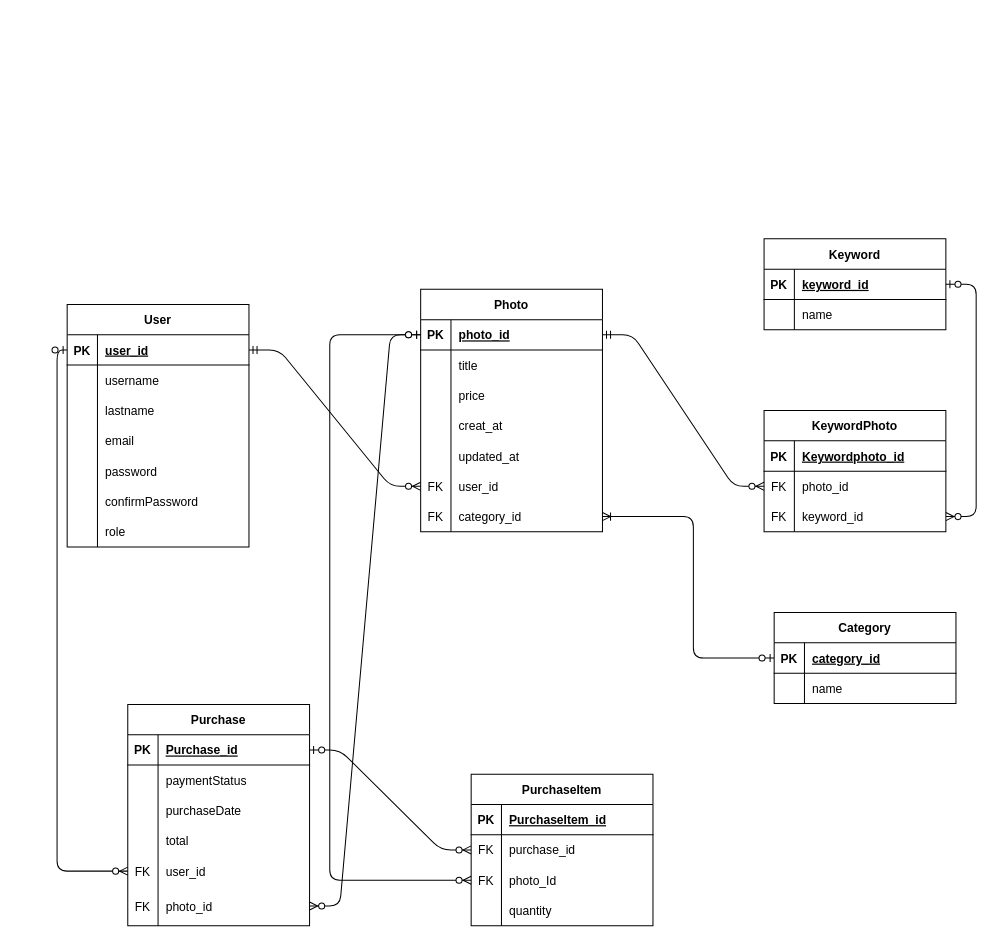
Hifaris/flash-pics keeps this draw.io diagram as erd.drawio. Above is the earlier version. Source tidied: cells renumbered, new cells numbered last; positions are measured from the earlier drawing's top-left corner, leaving out a move shared by most shapes. Both pictures are drawn from the tidied source at 101%, with x=0, y=0 at pixel (67, 238).
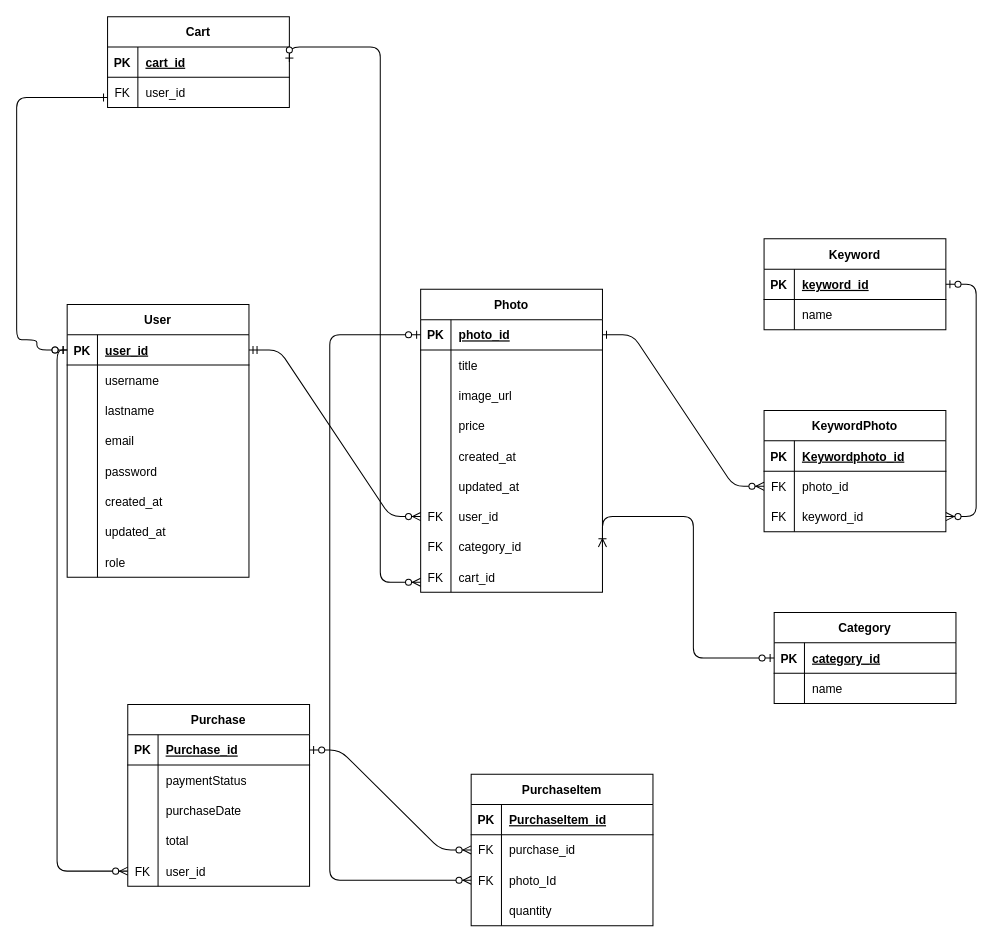
The same page after the edit.

The change refers to these unchanged cells:
```xml
<mxCell id="3" style="shape=tableRow;horizontal=0;startSize=0;swimlaneHead=0;swimlaneBody=0;fillColor=none;points=[[0,0.5],[1,0.5]];portConstraint=eastwest;top=0;left=0;right=0;bottom=1;" parent="2" vertex="1">
  <mxGeometry y="30" width="180" height="30" as="geometry" />
</mxCell>
<mxCell id="18" style="shape=tableRow;horizontal=0;startSize=0;swimlaneHead=0;swimlaneBody=0;fillColor=none;top=0;left=0;right=0;bottom=0;" parent="2" vertex="1">
  <mxGeometry y="180" width="180" height="30" as="geometry" />
</mxCell>
<mxCell id="25" style="shape=tableRow;horizontal=0;startSize=0;swimlaneHead=0;swimlaneBody=0;fillColor=none;points=[[0,0.5],[1,0.5]];portConstraint=eastwest;top=0;left=0;right=0;bottom=1;" parent="24" vertex="1">
  <mxGeometry y="30" width="180" height="30" as="geometry" />
</mxCell>
<mxCell id="98" style="shape=tableRow;horizontal=0;startSize=0;swimlaneHead=0;swimlaneBody=0;fillColor=none;points=[[0,0.5],[1,0.5]];portConstraint=eastwest;top=0;left=0;right=0;bottom=0;" parent="94" vertex="1">
  <mxGeometry y="60" width="180" height="30" as="geometry" />
</mxCell>
```

The edit, as a diff of the source:
```diff
@@
     <mxCell id="2" value="User" style="shape=table;startSize=30;childLayout=tableLayout;rowLines=0;fontStyle=1;align=center;" parent="1" vertex="1">
-      <mxGeometry y="65" width="180" height="240" as="geometry" />
+      <mxGeometry y="65" width="180" height="270" as="geometry" />
     </mxCell>
@@
-    <mxCell id="19" style="shape=partialRectangle;fillColor=none;top=0;left=0;bottom=0;right=0;overflow=hidden;" parent="18" vertex="1">
-      <mxGeometry width="30" height="30" as="geometry" />
-    </mxCell>
-    <mxCell id="20" value="confirmPassword" style="shape=partialRectangle;fillColor=none;top=0;left=0;bottom=0;right=0;align=left;spacingLeft=6;overflow=hidden;" parent="18" vertex="1">
-      <mxGeometry x="30" width="150" height="30" as="geometry" />
-    </mxCell>
+    <mxCell id="110" style="shape=partialRectangle;fillColor=none;top=0;left=0;bottom=0;right=0;overflow=hidden;" parent="18" vertex="1">
+      <mxGeometry width="30" height="30" as="geometry" />
+    </mxCell>
+    <mxCell id="111" value="created_at" style="shape=partialRectangle;fillColor=none;top=0;left=0;bottom=0;right=0;align=left;spacingLeft=6;overflow=hidden;" parent="18" vertex="1">
+      <mxGeometry x="30" width="150" height="30" as="geometry" />
+    </mxCell>
+    <mxCell id="112" style="shape=tableRow;horizontal=0;startSize=0;swimlaneHead=0;swimlaneBody=0;fillColor=none;top=0;left=0;right=0;bottom=0;" parent="2" vertex="1">
+      <mxGeometry y="210" width="180" height="30" as="geometry" />
+    </mxCell>
+    <mxCell id="113" style="shape=partialRectangle;fillColor=none;top=0;left=0;bottom=0;right=0;overflow=hidden;" parent="112" vertex="1">
+      <mxGeometry width="30" height="30" as="geometry" />
+    </mxCell>
+    <mxCell id="114" value="updated_at" style="shape=partialRectangle;fillColor=none;top=0;left=0;bottom=0;right=0;align=left;spacingLeft=6;overflow=hidden;" parent="112" vertex="1">
+      <mxGeometry x="30" width="150" height="30" as="geometry" />
+    </mxCell>
     <mxCell id="21" style="shape=tableRow;horizontal=0;startSize=0;swimlaneHead=0;swimlaneBody=0;fillColor=none;top=0;left=0;right=0;bottom=0;" parent="2" vertex="1">
-      <mxGeometry y="210" width="180" height="30" as="geometry" />
+      <mxGeometry y="240" width="180" height="30" as="geometry" />
     </mxCell>
@@
     <mxCell id="24" value="Photo" style="shape=table;startSize=30;childLayout=tableLayout;rowLines=0;fontStyle=1;align=center;" parent="1" vertex="1">
-      <mxGeometry x="350" y="50" width="180" height="240" as="geometry" />
+      <mxGeometry x="350" y="50" width="180" height="300" as="geometry" />
     </mxCell>
@@
+    <mxCell id="115" style="shape=tableRow;horizontal=0;startSize=0;swimlaneHead=0;swimlaneBody=0;fillColor=none;top=0;left=0;right=0;bottom=0;" parent="24" vertex="1">
+      <mxGeometry y="90" width="180" height="30" as="geometry" />
+    </mxCell>
+    <mxCell id="116" style="shape=partialRectangle;fillColor=none;top=0;left=0;bottom=0;right=0;overflow=hidden;" parent="115" vertex="1">
+      <mxGeometry width="30" height="30" as="geometry" />
+    </mxCell>
+    <mxCell id="117" value="image_url" style="shape=partialRectangle;fillColor=none;top=0;left=0;bottom=0;right=0;align=left;spacingLeft=6;overflow=hidden;" parent="115" vertex="1">
+      <mxGeometry x="30" width="150" height="30" as="geometry" />
+    </mxCell>
     <mxCell id="31" style="shape=tableRow;horizontal=0;startSize=0;swimlaneHead=0;swimlaneBody=0;fillColor=none;top=0;left=0;right=0;bottom=0;" parent="24" vertex="1">
-      <mxGeometry y="90" width="180" height="30" as="geometry" />
+      <mxGeometry y="120" width="180" height="30" as="geometry" />
     </mxCell>
@@
     <mxCell id="34" style="shape=tableRow;horizontal=0;startSize=0;swimlaneHead=0;swimlaneBody=0;fillColor=none;top=0;left=0;right=0;bottom=0;" parent="24" vertex="1">
-      <mxGeometry y="120" width="180" height="30" as="geometry" />
+      <mxGeometry y="150" width="180" height="30" as="geometry" />
     </mxCell>
@@
-    <mxCell id="36" value="creat_at" style="shape=partialRectangle;fillColor=none;top=0;left=0;bottom=0;right=0;align=left;spacingLeft=6;overflow=hidden;" parent="34" vertex="1">
+    <mxCell id="36" value="created_at" style="shape=partialRectangle;fillColor=none;top=0;left=0;bottom=0;right=0;align=left;spacingLeft=6;overflow=hidden;" parent="34" vertex="1">
       <mxGeometry x="30" width="150" height="30" as="geometry" />
     </mxCell>
     <mxCell id="37" style="shape=tableRow;horizontal=0;startSize=0;swimlaneHead=0;swimlaneBody=0;fillColor=none;top=0;left=0;right=0;bottom=0;" parent="24" vertex="1">
-      <mxGeometry y="150" width="180" height="30" as="geometry" />
+      <mxGeometry y="180" width="180" height="30" as="geometry" />
     </mxCell>
@@
     <mxCell id="40" style="shape=tableRow;horizontal=0;startSize=0;swimlaneHead=0;swimlaneBody=0;fillColor=none;points=[[0,0.5],[1,0.5]];portConstraint=eastwest;top=0;left=0;right=0;bottom=0;" parent="24" vertex="1">
-      <mxGeometry y="180" width="180" height="30" as="geometry" />
+      <mxGeometry y="210" width="180" height="30" as="geometry" />
     </mxCell>
@@
     <mxCell id="43" style="shape=tableRow;horizontal=0;startSize=0;swimlaneHead=0;swimlaneBody=0;fillColor=none;points=[[0,0.5],[1,0.5]];portConstraint=eastwest;top=0;left=0;right=0;bottom=0;" parent="24" vertex="1">
-      <mxGeometry y="210" width="180" height="30" as="geometry" />
+      <mxGeometry y="240" width="180" height="30" as="geometry" />
     </mxCell>
@@
+    <mxCell id="118" style="shape=tableRow;horizontal=0;startSize=0;swimlaneHead=0;swimlaneBody=0;fillColor=none;top=0;left=0;right=0;bottom=0;" parent="24" vertex="1">
+      <mxGeometry y="270" width="180" height="30" as="geometry" />
+    </mxCell>
+    <mxCell id="119" value="FK" style="shape=partialRectangle;fillColor=none;top=0;left=0;bottom=0;right=0;overflow=hidden;" parent="118" vertex="1">
+      <mxGeometry width="30" height="30" as="geometry" />
+    </mxCell>
+    <mxCell id="120" value="cart_id" style="shape=partialRectangle;fillColor=none;top=0;left=0;bottom=0;right=0;align=left;spacingLeft=6;overflow=hidden;" parent="118" vertex="1">
+      <mxGeometry x="30" width="150" height="30" as="geometry" />
+    </mxCell>
     <mxCell id="46" value="Purchase" style="shape=table;startSize=30;childLayout=tableLayout;rowLines=0;fontStyle=1;align=center;" parent="1" vertex="1">
-      <mxGeometry x="60" y="461" width="180" height="219" as="geometry" />
+      <mxGeometry x="60" y="461" width="180" height="180" as="geometry" />
     </mxCell>
@@
-    <mxCell id="62" style="shape=tableRow;horizontal=0;startSize=0;swimlaneHead=0;swimlaneBody=0;fillColor=none;points=[[0,0.5],[1,0.5]];portConstraint=eastwest;top=0;left=0;right=0;bottom=0;" parent="46" vertex="1">
-      <mxGeometry y="180" width="180" height="39" as="geometry" />
-    </mxCell>
-    <mxCell id="63" value="FK" style="shape=partialRectangle;fillColor=none;top=0;left=0;bottom=0;right=0;overflow=hidden;" parent="62" vertex="1">
-      <mxGeometry width="30" height="39" as="geometry" />
-    </mxCell>
-    <mxCell id="64" value="photo_id" style="shape=partialRectangle;fillColor=none;top=0;left=0;bottom=0;right=0;align=left;spacingLeft=6;overflow=hidden;" parent="62" vertex="1">
-      <mxGeometry x="30" width="150" height="39" as="geometry" />
-    </mxCell>
@@
-    <mxCell id="93" style="edgeStyle=entityRelationEdgeStyle;fontSize=12;html=1;endArrow=ERzeroToMany;startArrow=ERmandOne;exitX=1;exitY=0.5;exitDx=0;exitDy=0;entryX=0;entryY=0.5;entryDx=0;entryDy=0;" parent="1" edge="1" source="25" target="98">
+    <mxCell id="93" style="edgeStyle=entityRelationEdgeStyle;fontSize=12;html=1;endArrow=ERzeroToMany;startArrow=ERone;exitX=1;exitY=0.5;exitDx=0;exitDy=0;entryX=0;entryY=0.5;entryDx=0;entryDy=0;startFill=0;" parent="1" edge="1" source="25" target="98">
       <mxGeometry relative="1" as="geometry" />
     </mxCell>
@@
-    <mxCell id="107" style="edgeStyle=entityRelationEdgeStyle;fontSize=12;html=1;endArrow=ERzeroToMany;startArrow=ERzeroToOne;exitX=0;exitY=0.5;exitDx=0;exitDy=0;" parent="1" edge="1" source="25" target="62">
-      <mxGeometry relative="1" as="geometry" />
-    </mxCell>
@@
+    <mxCell id="121" value="Cart" style="shape=table;startSize=30;childLayout=tableLayout;rowLines=0;fontStyle=1;align=center;" parent="1" vertex="1">
+      <mxGeometry x="40" y="-220" width="180" height="90" as="geometry" />
+    </mxCell>
+    <mxCell id="122" style="shape=tableRow;horizontal=0;startSize=0;swimlaneHead=0;swimlaneBody=0;fillColor=none;points=[[0,0.5],[1,0.5]];portConstraint=eastwest;top=0;left=0;right=0;bottom=1;" parent="121" vertex="1">
+      <mxGeometry y="30" width="180" height="30" as="geometry" />
+    </mxCell>
+    <mxCell id="123" value="PK" style="shape=partialRectangle;fillColor=none;top=0;left=0;bottom=0;right=0;fontStyle=1;overflow=hidden;" parent="122" vertex="1">
+      <mxGeometry width="30" height="30" as="geometry" />
+    </mxCell>
+    <mxCell id="124" value="cart_id" style="shape=partialRectangle;fillColor=none;top=0;left=0;bottom=0;right=0;align=left;spacingLeft=6;fontStyle=5;overflow=hidden;" parent="122" vertex="1">
+      <mxGeometry x="30" width="150" height="30" as="geometry" />
+    </mxCell>
+    <mxCell id="125" style="shape=tableRow;horizontal=0;startSize=0;swimlaneHead=0;swimlaneBody=0;fillColor=none;top=0;left=0;right=0;bottom=0;" parent="121" vertex="1">
+      <mxGeometry y="60" width="180" height="30" as="geometry" />
+    </mxCell>
+    <mxCell id="126" value="FK" style="shape=partialRectangle;fillColor=none;top=0;left=0;bottom=0;right=0;overflow=hidden;" parent="125" vertex="1">
+      <mxGeometry width="30" height="30" as="geometry" />
+    </mxCell>
+    <mxCell id="127" value="user_id" style="shape=partialRectangle;fillColor=none;top=0;left=0;bottom=0;right=0;align=left;spacingLeft=6;overflow=hidden;" parent="125" vertex="1">
+      <mxGeometry x="30" width="150" height="30" as="geometry" />
+    </mxCell>
+    <mxCell id="128" style="edgeStyle=orthogonalEdgeStyle;fontSize=12;html=1;endArrow=ERone;startArrow=ERzeroToOne;exitX=0;exitY=0.5;exitDx=0;exitDy=0;endFill=0;" parent="1" edge="1" source="3">
+      <mxGeometry relative="1" as="geometry">
+        <mxPoint x="40" y="-140" as="targetPoint" />
+        <Array as="points">
+          <mxPoint x="-30" y="110" />
+          <mxPoint x="-30" y="100" />
+          <mxPoint x="-50" y="100" />
+          <mxPoint x="-50" y="-140" />
+        </Array>
+      </mxGeometry>
+    </mxCell>
+    <mxCell id="129" style="edgeStyle=orthogonalEdgeStyle;fontSize=12;html=1;endArrow=ERzeroToMany;startArrow=ERzeroToOne;exitX=1;exitY=0.5;exitDx=0;exitDy=0;" parent="1" edge="1" source="122">
+      <mxGeometry relative="1" as="geometry">
+        <mxPoint x="350" y="340" as="targetPoint" />
+        <Array as="points">
+          <mxPoint x="220" y="-190" />
+          <mxPoint x="310" y="-190" />
+          <mxPoint x="310" y="340" />
+        </Array>
+      </mxGeometry>
+    </mxCell>
```
